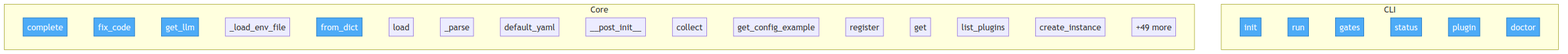
Above: project/flow.png in semcod/pyqual (Mermaid), before the change. Its source is kept beside it as project/flow.mmd.
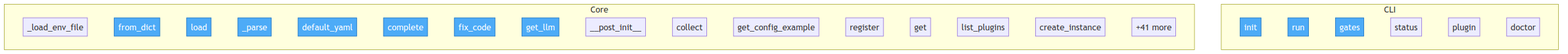
After the change.

What changed in the source:
```diff
@@ -12,14 +12,14 @@
     end
 
     subgraph Core
-        pyqual__llm__LLM__complete["complete"]
-        pyqual__llm__LLM__fix_code["fix_code"]
-        pyqual__llm__get_llm["get_llm"]
         pyqual__config___load_env_file["_load_env_file"]
         pyqual__config__GateConfig__from_dict["from_dict"]
         pyqual__config__PyqualConfig__load["load"]
         pyqual__config__PyqualConfig___parse["_parse"]
         pyqual__config__PyqualConfig__default_yaml["default_yaml"]
+        pyqual__llm__LLM__complete["complete"]
+        pyqual__llm__LLM__fix_code["fix_code"]
+        pyqual__llm__get_llm["get_llm"]
         pyqual__plugins__PluginMetadata____post_init__["__post_init__"]
         pyqual__plugins__MetricCollector__collect["collect"]
         pyqual__plugins__MetricCollector__get_config_example["get_config_example"]
@@ -27,7 +27,7 @@
         pyqual__plugins__PluginRegistry__get["get"]
         pyqual__plugins__PluginRegistry__list_plugins["list_plugins"]
         pyqual__plugins__PluginRegistry__create_instance["create_instance"]
-        ...["+49 more"]
+        ...["+41 more"]
     end
 
-    class pyqual__cli__init,pyqual__cli__run,pyqual__cli__gates,pyqual__cli__status,pyqual__cli__plugin,pyqual__cli__doctor,pyqual__llm__LLM__complete,pyqual__llm__LLM__fix_code,pyqual__llm__get_llm,pyqual__config__GateConfig__from_dict entry
+    class pyqual__config__GateConfig__from_dict,pyqual__config__PyqualConfig__load,pyqual__config__PyqualConfig___parse,pyqual__config__PyqualConfig__default_yaml,pyqual__llm__LLM__complete,pyqual__llm__LLM__fix_code,pyqual__llm__get_llm,pyqual__cli__init,pyqual__cli__run,pyqual__cli__gates entry
```
